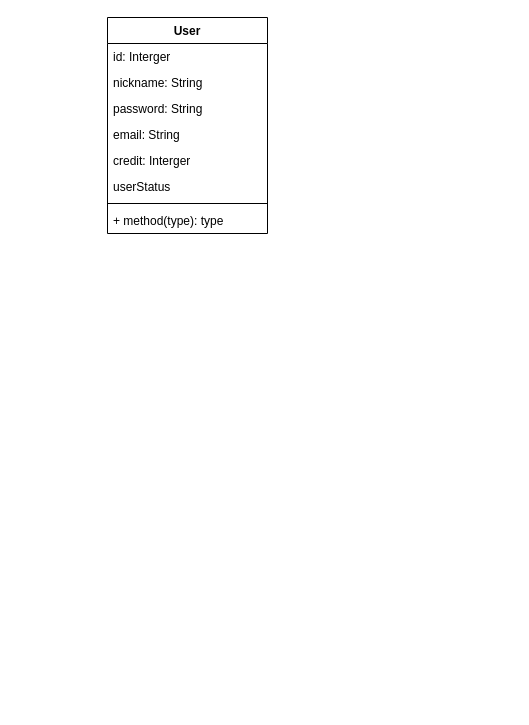
The draw.io diagram SE-liujiatong.drawio in cyc4188/image, before the edit. Source tidied: cells renumbered, new cells numbered last; positions are measured from the earlier drawing's top-left corner, leaving out a move shared by most shapes. Both pictures are drawn from the tidied source at 100%, with x=0, y=0 at pixel (107, 17).
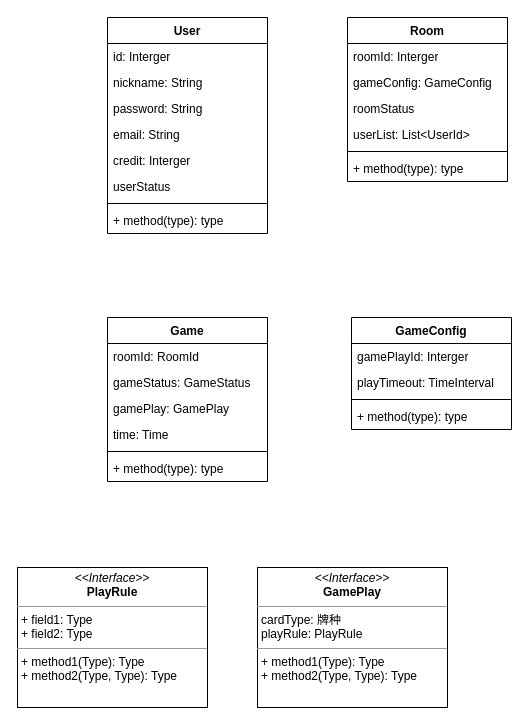
The same page after the edit.

Change to the diagram source:
```diff
@@
+    <mxCell id="11" value="Room" style="swimlane;fontStyle=1;align=center;verticalAlign=top;horizontal=1;startSize=26;whiteSpace=wrap;html=1;" parent="1" vertex="1">
+      <mxGeometry x="240" width="160" height="164" as="geometry" />
+    </mxCell>
+    <mxCell id="12" value="roomId: Interger" style="text;strokeColor=none;fillColor=none;align=left;verticalAlign=top;spacingLeft=4;spacingRight=4;overflow=hidden;whiteSpace=wrap;html=1;" parent="11" vertex="1">
+      <mxGeometry y="26" width="160" height="26" as="geometry" />
+    </mxCell>
+    <mxCell id="13" value="gameConfig: GameConfig" style="text;strokeColor=none;fillColor=none;align=left;verticalAlign=top;spacingLeft=4;spacingRight=4;overflow=hidden;whiteSpace=wrap;html=1;" parent="11" vertex="1">
+      <mxGeometry y="52" width="160" height="26" as="geometry" />
+    </mxCell>
+    <mxCell id="14" value="roomStatus" style="text;strokeColor=none;fillColor=none;align=left;verticalAlign=top;spacingLeft=4;spacingRight=4;overflow=hidden;whiteSpace=wrap;html=1;" parent="11" vertex="1">
+      <mxGeometry y="78" width="160" height="26" as="geometry" />
+    </mxCell>
+    <mxCell id="15" value="userList: List&amp;lt;UserId&amp;gt;" style="text;strokeColor=none;fillColor=none;align=left;verticalAlign=top;spacingLeft=4;spacingRight=4;overflow=hidden;whiteSpace=wrap;html=1;" parent="11" vertex="1">
+      <mxGeometry y="104" width="160" height="26" as="geometry" />
+    </mxCell>
+    <mxCell id="16" style="line;strokeWidth=1;fillColor=none;align=left;verticalAlign=middle;spacingTop=-1;spacingLeft=3;spacingRight=3;labelPosition=right;strokeColor=inherit;" parent="11" vertex="1">
+      <mxGeometry y="130" width="160" height="8" as="geometry" />
+    </mxCell>
+    <mxCell id="17" value="+ method(type): type" style="text;strokeColor=none;fillColor=none;align=left;verticalAlign=top;spacingLeft=4;spacingRight=4;overflow=hidden;whiteSpace=wrap;html=1;" parent="11" vertex="1">
+      <mxGeometry y="138" width="160" height="26" as="geometry" />
+    </mxCell>
+    <mxCell id="18" value="Game" style="swimlane;fontStyle=1;align=center;verticalAlign=top;horizontal=1;startSize=26;whiteSpace=wrap;html=1;" parent="1" vertex="1">
+      <mxGeometry y="300" width="160" height="164" as="geometry" />
+    </mxCell>
+    <mxCell id="19" value="roomId: RoomId" style="text;strokeColor=none;fillColor=none;align=left;verticalAlign=top;spacingLeft=4;spacingRight=4;overflow=hidden;whiteSpace=wrap;html=1;" parent="18" vertex="1">
+      <mxGeometry y="26" width="160" height="26" as="geometry" />
+    </mxCell>
+    <mxCell id="20" value="gameStatus: GameStatus" style="text;strokeColor=none;fillColor=none;align=left;verticalAlign=top;spacingLeft=4;spacingRight=4;overflow=hidden;whiteSpace=wrap;html=1;" parent="18" vertex="1">
+      <mxGeometry y="52" width="160" height="26" as="geometry" />
+    </mxCell>
+    <mxCell id="21" value="gamePlay: GamePlay" style="text;strokeColor=none;fillColor=none;align=left;verticalAlign=top;spacingLeft=4;spacingRight=4;overflow=hidden;whiteSpace=wrap;html=1;" parent="18" vertex="1">
+      <mxGeometry y="78" width="160" height="26" as="geometry" />
+    </mxCell>
+    <mxCell id="22" value="time: Time" style="text;strokeColor=none;fillColor=none;align=left;verticalAlign=top;spacingLeft=4;spacingRight=4;overflow=hidden;whiteSpace=wrap;html=1;" parent="18" vertex="1">
+      <mxGeometry y="104" width="160" height="26" as="geometry" />
+    </mxCell>
+    <mxCell id="23" style="line;strokeWidth=1;fillColor=none;align=left;verticalAlign=middle;spacingTop=-1;spacingLeft=3;spacingRight=3;labelPosition=right;strokeColor=inherit;" parent="18" vertex="1">
+      <mxGeometry y="130" width="160" height="8" as="geometry" />
+    </mxCell>
+    <mxCell id="24" value="+ method(type): type" style="text;strokeColor=none;fillColor=none;align=left;verticalAlign=top;spacingLeft=4;spacingRight=4;overflow=hidden;whiteSpace=wrap;html=1;" parent="18" vertex="1">
+      <mxGeometry y="138" width="160" height="26" as="geometry" />
+    </mxCell>
+    <mxCell id="25" value="GameConfig" style="swimlane;fontStyle=1;align=center;verticalAlign=top;horizontal=1;startSize=26;whiteSpace=wrap;html=1;" parent="1" vertex="1">
+      <mxGeometry x="244" y="300" width="160" height="112" as="geometry" />
+    </mxCell>
+    <mxCell id="26" value="gamePlayId: Interger" style="text;strokeColor=none;fillColor=none;align=left;verticalAlign=top;spacingLeft=4;spacingRight=4;overflow=hidden;whiteSpace=wrap;html=1;" parent="25" vertex="1">
+      <mxGeometry y="26" width="160" height="26" as="geometry" />
+    </mxCell>
+    <mxCell id="27" value="playTimeout: TimeInterval" style="text;strokeColor=none;fillColor=none;align=left;verticalAlign=top;spacingLeft=4;spacingRight=4;overflow=hidden;whiteSpace=wrap;html=1;" parent="25" vertex="1">
+      <mxGeometry y="52" width="160" height="26" as="geometry" />
+    </mxCell>
+    <mxCell id="28" style="line;strokeWidth=1;fillColor=none;align=left;verticalAlign=middle;spacingTop=-1;spacingLeft=3;spacingRight=3;labelPosition=right;strokeColor=inherit;" parent="25" vertex="1">
+      <mxGeometry y="78" width="160" height="8" as="geometry" />
+    </mxCell>
+    <mxCell id="29" value="+ method(type): type" style="text;strokeColor=none;fillColor=none;align=left;verticalAlign=top;spacingLeft=4;spacingRight=4;overflow=hidden;whiteSpace=wrap;html=1;" parent="25" vertex="1">
+      <mxGeometry y="86" width="160" height="26" as="geometry" />
+    </mxCell>
+    <mxCell id="30" value="&lt;p style=&quot;margin:0px;margin-top:4px;text-align:center;&quot;&gt;&lt;i&gt;&amp;lt;&amp;lt;Interface&amp;gt;&amp;gt;&lt;/i&gt;&lt;br&gt;&lt;b&gt;GamePlay&lt;/b&gt;&lt;/p&gt;&lt;hr size=&quot;1&quot;&gt;&lt;p style=&quot;margin:0px;margin-left:4px;&quot;&gt;cardType: 牌种&lt;br&gt;playRule: PlayRule&lt;/p&gt;&lt;hr size=&quot;1&quot;&gt;&lt;p style=&quot;margin:0px;margin-left:4px;&quot;&gt;+ method1(Type): Type&lt;br&gt;+ method2(Type, Type): Type&lt;/p&gt;" style="verticalAlign=top;align=left;overflow=fill;fontSize=12;fontFamily=Helvetica;html=1;whiteSpace=wrap;" parent="1" vertex="1">
+      <mxGeometry x="150" y="550" width="190" height="140" as="geometry" />
+    </mxCell>
+    <mxCell id="31" value="&lt;p style=&quot;margin:0px;margin-top:4px;text-align:center;&quot;&gt;&lt;i&gt;&amp;lt;&amp;lt;Interface&amp;gt;&amp;gt;&lt;/i&gt;&lt;br&gt;&lt;b&gt;PlayRule&lt;/b&gt;&lt;/p&gt;&lt;hr size=&quot;1&quot;&gt;&lt;p style=&quot;margin:0px;margin-left:4px;&quot;&gt;+ field1: Type&lt;br&gt;+ field2: Type&lt;/p&gt;&lt;hr size=&quot;1&quot;&gt;&lt;p style=&quot;margin:0px;margin-left:4px;&quot;&gt;+ method1(Type): Type&lt;br&gt;+ method2(Type, Type): Type&lt;/p&gt;" style="verticalAlign=top;align=left;overflow=fill;fontSize=12;fontFamily=Helvetica;html=1;whiteSpace=wrap;" parent="1" vertex="1">
+      <mxGeometry x="-90" y="550" width="190" height="140" as="geometry" />
+    </mxCell>
```
